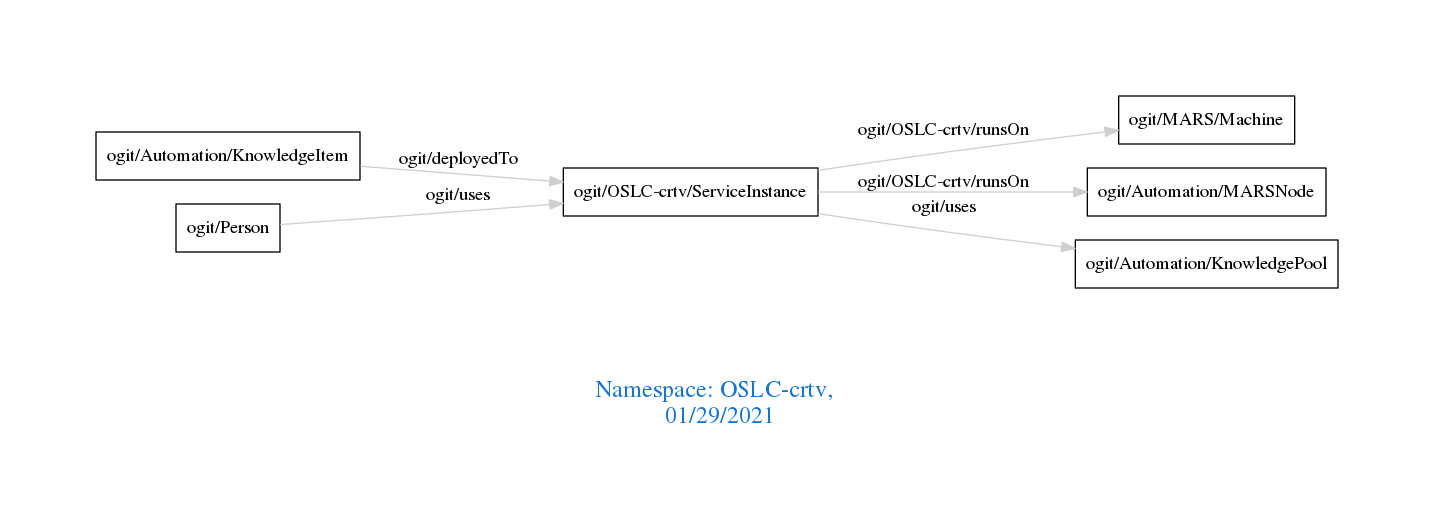
Earlier version of the Graphviz export downloads/OSLC-crtv.png (arago/OGIT). Its source is kept beside it as downloads/OSLC-crtv.dot.
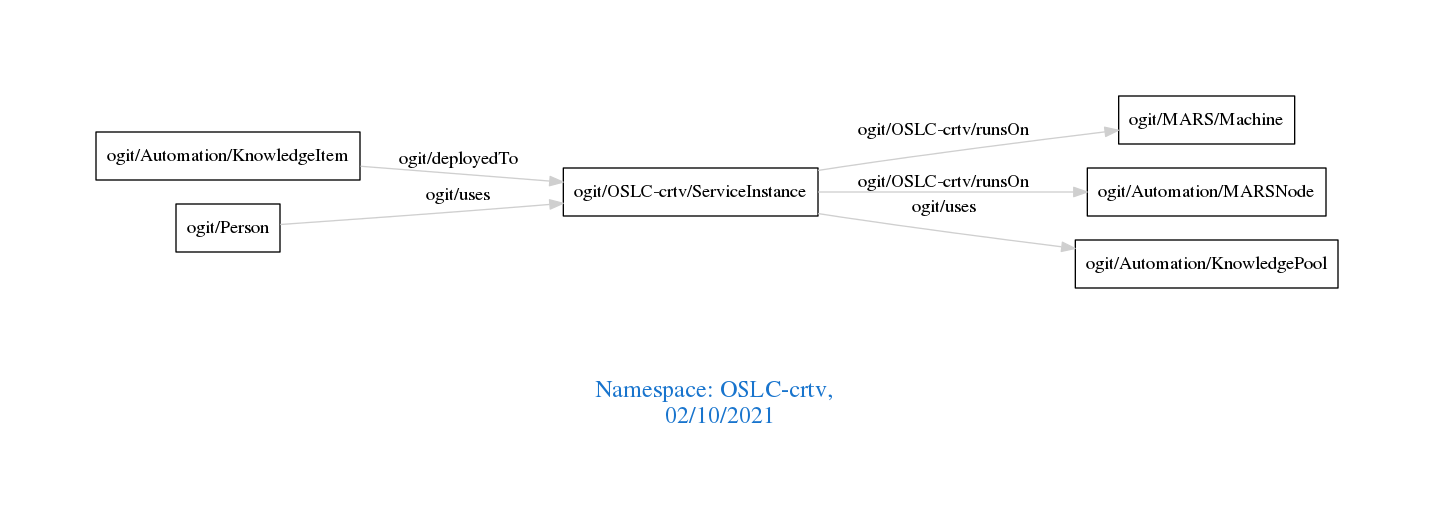
Above is the later version.

Diff of the diagram source:
```diff
@@ -1,7 +1,7 @@
 digraph OGIT_ontology {
  graph [ rankdir= LR,pad=1
 fontsize = 18,
-fontcolor= dodgerblue3,label = "\n\n\nNamespace: OSLC-crtv, \n 01/29/2021"];
+fontcolor= dodgerblue3,label = "\n\n\nNamespace: OSLC-crtv, \n 02/10/2021"];
 node[shape=polygon];
 edge [  color="gray81"];
 
```
